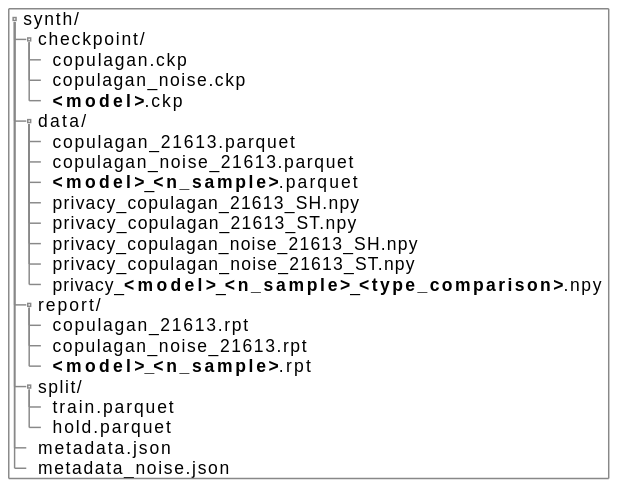
Before: docs/dfd/images/synth_tree.svg, a diagram exported from PlantUML (gvillarroel/synthetic-data-for-text). Its source is kept beside it as docs/dfd/tesis/synth_tree.puml.
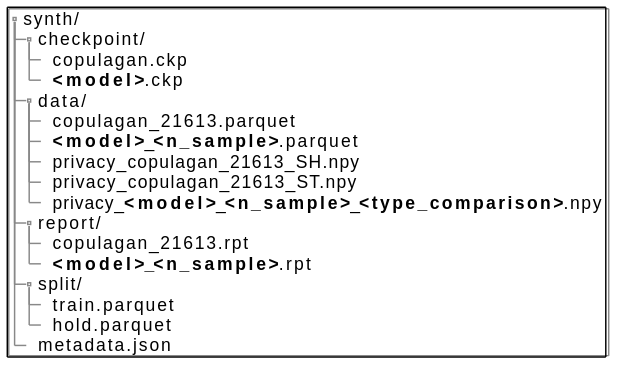
After the change.

Change to the diagram source:
```diff
@@ -6,26 +6,20 @@
     + synth/
     ++ checkpoint/
     +++ copulagan.ckp
-    +++ copulagan_noise.ckp
     +++ <b><model></b>.ckp
     ++ data/
     +++ copulagan_21613.parquet
-    +++ copulagan_noise_21613.parquet
     +++ <b><model></b>_<b><n_sample></b>.parquet
     +++ privacy_copulagan_21613_SH.npy
     +++ privacy_copulagan_21613_ST.npy
-    +++ privacy_copulagan_noise_21613_SH.npy
-    +++ privacy_copulagan_noise_21613_ST.npy
     +++ privacy_<b><model></b>_<b><n_sample></b>_<b><type_comparison></b>.npy
     ++ report/
     +++ copulagan_21613.rpt
-    +++ copulagan_noise_21613.rpt
     +++ <b><model><b>_<b><n_sample></b>.rpt
     ++ split/
     +++ train.parquet
     +++ hold.parquet
     ++ metadata.json
-    ++ metadata_noise.json
     }
 }
 @endsalt
```
